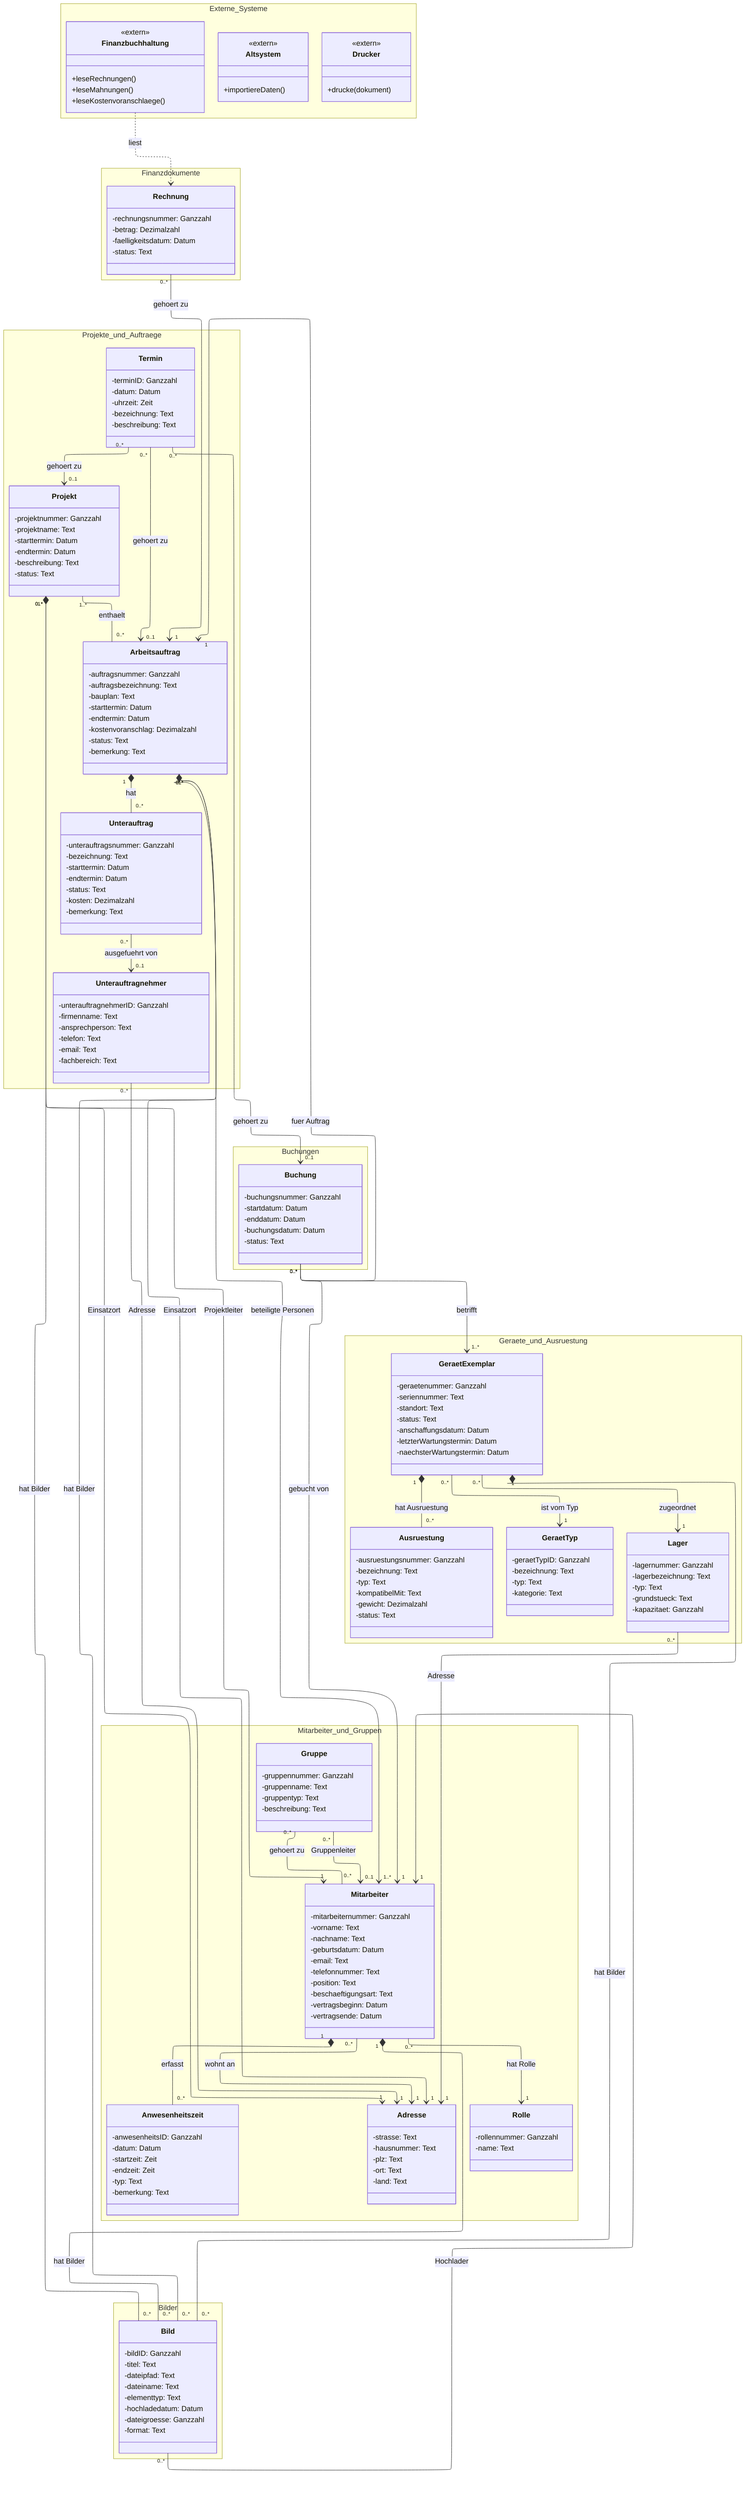
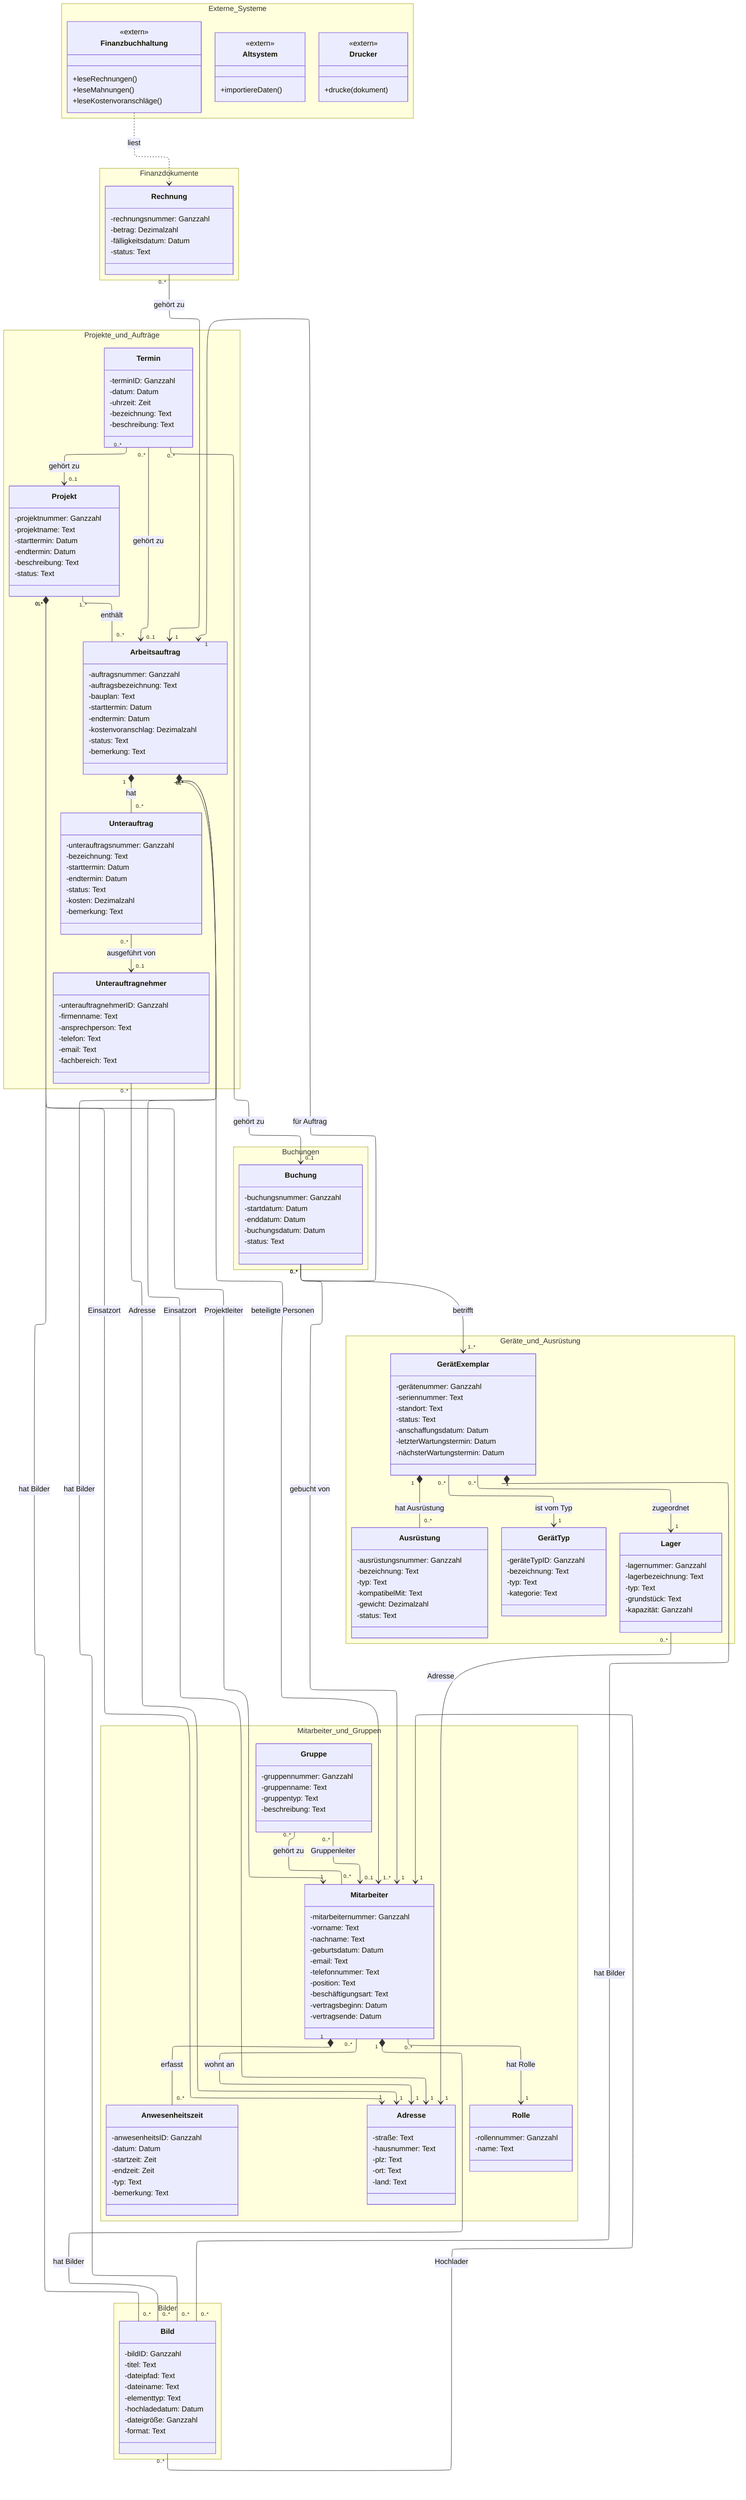
---
config:
  layout: elk
  elk:
    mergeEdges: true
    nodePlacementStrategy: LINEAR_SEGMENTS
  look: classic
---
classDiagram
    direction TB

    %% ============================================================
    %% MITARBEITER & GRUPPEN
    %% ============================================================

    namespace Mitarbeiter_und_Gruppen {
        class Mitarbeiter {
            -mitarbeiternummer: Ganzzahl
            -vorname: Text
            -nachname: Text
            -geburtsdatum: Datum
            -email: Text
            -telefonnummer: Text
            -position: Text
-             -beschaeftigungsart: Text
+             -beschäftigungsart: Text
            -vertragsbeginn: Datum
            -vertragsende: Datum
        }

        class Adresse {
-             -strasse: Text
+             -straße: Text
            -hausnummer: Text
            -plz: Text
            -ort: Text
            -land: Text
        }

        class Rolle {
            -rollennummer: Ganzzahl
            -name: Text
        }

        class Gruppe {
            -gruppennummer: Ganzzahl
            -gruppenname: Text
            -gruppentyp: Text
            -beschreibung: Text
        }

        class Anwesenheitszeit {
            -anwesenheitsID: Ganzzahl
            -datum: Datum
            -startzeit: Zeit
            -endzeit: Zeit
            -typ: Text
            -bemerkung: Text
        }
    }

    Mitarbeiter "0..*" --> "1" Adresse : wohnt an
    Mitarbeiter "0..*" --> "1" Rolle : hat Rolle
-     Mitarbeiter "0..*" -- "0..*" Gruppe : gehoert zu
+     Mitarbeiter "0..*" -- "0..*" Gruppe : gehört zu
    Gruppe "0..*" --> "0..1" Mitarbeiter : Gruppenleiter
    Mitarbeiter "1" *-- "0..*" Anwesenheitszeit : erfasst

    %% ============================================================
-     %% PROJEKTE & AUFTRAEGE
-     %% ============================================================
- 
-     namespace Projekte_und_Auftraege {
+     %% PROJEKTE & AUFTRÄGE
+     %% ============================================================
+ 
+     namespace Projekte_und_Aufträge {
        class Projekt {
            -projektnummer: Ganzzahl
            -projektname: Text
            -starttermin: Datum
            -endtermin: Datum
            -beschreibung: Text
            -status: Text
        }

        class Arbeitsauftrag {
            -auftragsnummer: Ganzzahl
            -auftragsbezeichnung: Text
            -bauplan: Text
            -starttermin: Datum
            -endtermin: Datum
            -kostenvoranschlag: Dezimalzahl
            -status: Text
            -bemerkung: Text
        }

        class Unterauftrag {
            -unterauftragsnummer: Ganzzahl
            -bezeichnung: Text
            -starttermin: Datum
            -endtermin: Datum
            -status: Text
            -kosten: Dezimalzahl
            -bemerkung: Text
        }

        class Unterauftragnehmer {
            -unterauftragnehmerID: Ganzzahl
            -firmenname: Text
            -ansprechperson: Text
            -telefon: Text
            -email: Text
            -fachbereich: Text
        }

        class Termin {
            -terminID: Ganzzahl
            -datum: Datum
            -uhrzeit: Zeit
            -bezeichnung: Text
            -beschreibung: Text
        }
    }

    Projekt "0..*" --> "1" Mitarbeiter : Projektleiter
    Projekt "0..*" --> "1" Adresse : Einsatzort
-     Projekt "1..*" -- "0..*" Arbeitsauftrag : enthaelt
+     Projekt "1..*" -- "0..*" Arbeitsauftrag : enthält
    Arbeitsauftrag "0..*" --> "1..*" Mitarbeiter : beteiligte Personen
    Arbeitsauftrag "0..*" --> "1" Adresse : Einsatzort
    Arbeitsauftrag "1" *-- "0..*" Unterauftrag : hat
-     Termin "0..*" --> "0..1" Arbeitsauftrag : gehoert zu
-     Termin "0..*" --> "0..1" Projekt : gehoert zu
-     Termin "0..*" --> "0..1" Buchung : gehoert zu
-     Unterauftrag "0..*" --> "0..1" Unterauftragnehmer : ausgefuehrt von
+     Termin "0..*" --> "0..1" Arbeitsauftrag : gehört zu
+     Termin "0..*" --> "0..1" Projekt : gehört zu
+     Termin "0..*" --> "0..1" Buchung : gehört zu
+     Unterauftrag "0..*" --> "0..1" Unterauftragnehmer : ausgeführt von
    Unterauftragnehmer "0..*" --> "1" Adresse : Adresse

    %% ============================================================
    %% FINANZDOKUMENTE (extern, nur lesend)
    %% ============================================================

    namespace Finanzdokumente {
        class Rechnung {
            -rechnungsnummer: Ganzzahl
            -betrag: Dezimalzahl
-             -faelligkeitsdatum: Datum
-             -status: Text
-         }
-     }
- 
-     Rechnung "0..*" --> "1" Arbeitsauftrag : gehoert zu
- 
-     %% ============================================================
-     %% GERAETE & AUSRUESTUNG (Exemplartyp-Muster)
-     %% ============================================================
- 
-     namespace Geraete_und_Ausruestung {
-         class GeraetTyp {
-             -geraetTypID: Ganzzahl
+             -fälligkeitsdatum: Datum
+             -status: Text
+         }
+     }
+ 
+     Rechnung "0..*" --> "1" Arbeitsauftrag : gehört zu
+ 
+     %% ============================================================
+     %% GERÄTE & AUSRÜSTUNG (Exemplartyp-Muster)
+     %% ============================================================
+ 
+     namespace Geräte_und_Ausrüstung {
+         class GerätTyp {
+             -geräteTypID: Ganzzahl
            -bezeichnung: Text
            -typ: Text
            -kategorie: Text
        }

-         class GeraetExemplar {
-             -geraetenummer: Ganzzahl
+         class GerätExemplar {
+             -gerätenummer: Ganzzahl
            -seriennummer: Text
            -standort: Text
            -status: Text
            -anschaffungsdatum: Datum
            -letzterWartungstermin: Datum
-             -naechsterWartungstermin: Datum
-         }
- 
-         class Ausruestung {
-             -ausruestungsnummer: Ganzzahl
+             -nächsterWartungstermin: Datum
+         }
+ 
+         class Ausrüstung {
+             -ausrüstungsnummer: Ganzzahl
            -bezeichnung: Text
            -typ: Text
            -kompatibelMit: Text
            -gewicht: Dezimalzahl
            -status: Text
        }

        class Lager {
            -lagernummer: Ganzzahl
            -lagerbezeichnung: Text
            -typ: Text
-             -grundstueck: Text
-             -kapazitaet: Ganzzahl
-         }
-     }
- 
-     GeraetExemplar "0..*" --> "1" GeraetTyp : ist vom Typ
-     GeraetExemplar "1" *-- "0..*" Ausruestung : hat Ausruestung
-     GeraetExemplar "0..*" --> "1" Lager : zugeordnet
+             -grundstück: Text
+             -kapazität: Ganzzahl
+         }
+     }
+ 
+     GerätExemplar "0..*" --> "1" GerätTyp : ist vom Typ
+     GerätExemplar "1" *-- "0..*" Ausrüstung : hat Ausrüstung
+     GerätExemplar "0..*" --> "1" Lager : zugeordnet
    Lager "0..*" --> "1" Adresse : Adresse

    %% ============================================================
    %% BUCHUNGEN
    %% ============================================================

    namespace Buchungen {
        class Buchung {
            -buchungsnummer: Ganzzahl
            -startdatum: Datum
            -enddatum: Datum
            -buchungsdatum: Datum
            -status: Text
        }
    }

-     Buchung "0..*" --> "1..*" GeraetExemplar : betrifft
-     Buchung "0..*" --> "1" Arbeitsauftrag : fuer Auftrag
+     Buchung "0..*" --> "1..*" GerätExemplar : betrifft
+     Buchung "0..*" --> "1" Arbeitsauftrag : für Auftrag
    Buchung "0..*" --> "1" Mitarbeiter : gebucht von

    %% ============================================================
    %% BILDER
    %% ============================================================

    namespace Bilder {
        class Bild {
            -bildID: Ganzzahl
            -titel: Text
            -dateipfad: Text
            -dateiname: Text
            -elementtyp: Text
            -hochladedatum: Datum
-             -dateigroesse: Ganzzahl
+             -dateigröße: Ganzzahl
            -format: Text
        }
    }

    Bild "0..*" --> "1" Mitarbeiter : Hochlader
    Mitarbeiter "1" *-- "0..*" Bild : hat Bilder
    Arbeitsauftrag "1" *-- "0..*" Bild : hat Bilder
    Projekt "1" *-- "0..*" Bild : hat Bilder
-     GeraetExemplar "1" *-- "0..*" Bild : hat Bilder
+     GerätExemplar "1" *-- "0..*" Bild : hat Bilder

    %% ============================================================
    %% EXTERNE SYSTEME
    %% ============================================================

    namespace Externe_Systeme {
        class Finanzbuchhaltung {
            <<extern>>
            +leseRechnungen()
            +leseMahnungen()
-             +leseKostenvoranschlaege()
+             +leseKostenvoranschläge()
        }

        class Altsystem {
            <<extern>>
            +importiereDaten()
        }

        class Drucker {
            <<extern>>
            +drucke(dokument)
        }
    }

    Finanzbuchhaltung ..> Rechnung : liest
